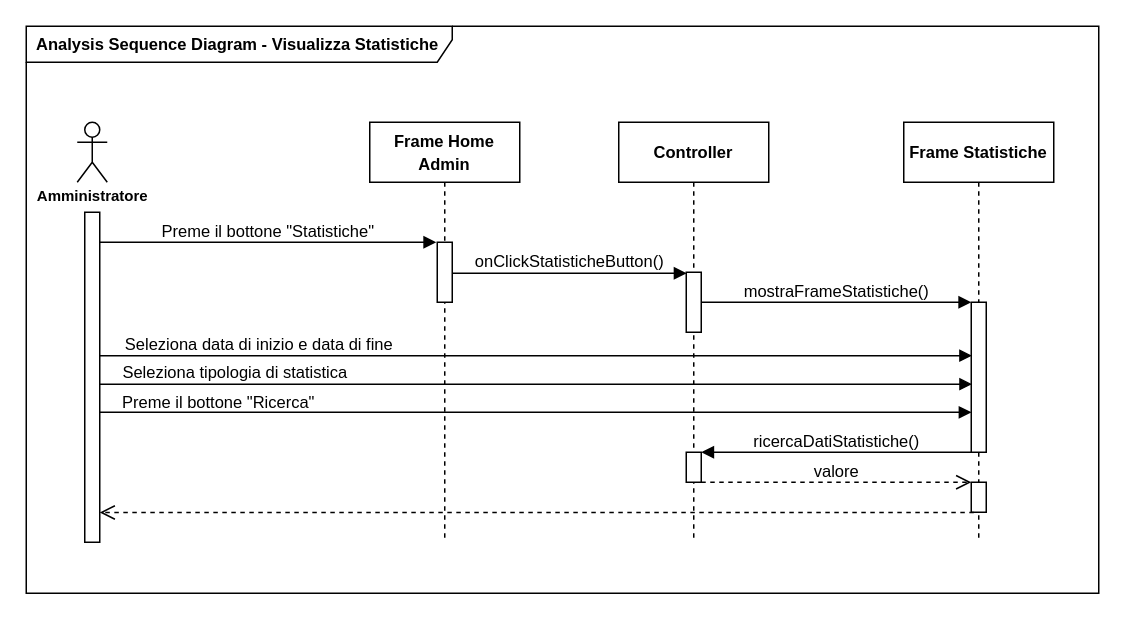
vittorioruggiero/Progetto-IngSw keeps this draw.io diagram as Documentazione/Sequence Diagram/Analisi/drawio/Sequence Diagram - Visualizza Statistiche.drawio. Above is the earlier version. Source tidied: cells renumbered, new cells numbered last; positions are measured from the earlier drawing's top-left corner, leaving out a move shared by most shapes. Both pictures are drawn from the tidied source at 150%, with x=0, y=0 at pixel (26, 26).
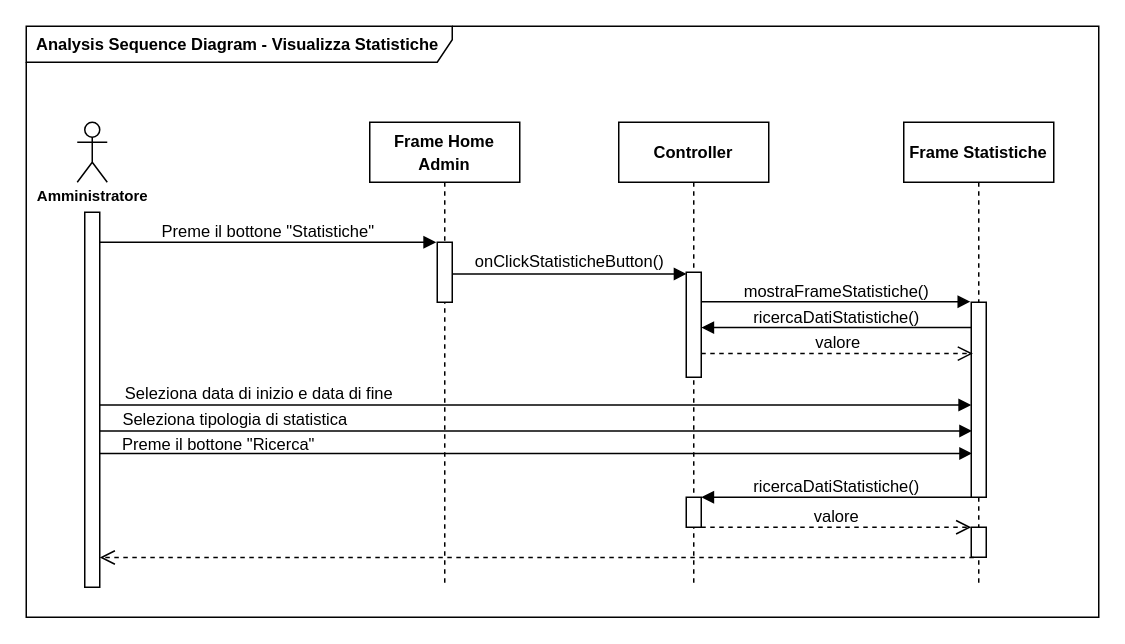
After the change.

Commit message (it also covers changes not shown here):
sequence diagram modificato

Diff of the diagram source:
```diff
@@
     <mxCell id="2" value="&lt;b&gt;&lt;font style=&quot;font-size: 11px;&quot;&gt;Analysis Sequence Diagram - Visualizza Statistiche&lt;/font&gt;&lt;/b&gt;" style="shape=umlFrame;whiteSpace=wrap;html=1;width=284;height=24;boundedLbl=1;verticalAlign=middle;align=left;spacingLeft=5;" parent="1" vertex="1">
-      <mxGeometry width="715" height="378" as="geometry" />
+      <mxGeometry width="715" height="394" as="geometry" />
     </mxCell>
@@
     <mxCell id="4" value="&lt;b&gt;&lt;font style=&quot;font-size: 11px;&quot;&gt;Frame Statistiche&lt;/font&gt;&lt;/b&gt;" style="shape=umlLifeline;perimeter=lifelinePerimeter;whiteSpace=wrap;html=1;" parent="1" vertex="1">
-      <mxGeometry x="585" y="64" width="100" height="280" as="geometry" />
+      <mxGeometry x="585" y="64" width="100" height="310" as="geometry" />
     </mxCell>
     <mxCell id="5" style="html=1;points=[];perimeter=orthogonalPerimeter;" parent="4" vertex="1">
-      <mxGeometry x="45" y="120" width="10" height="100" as="geometry" />
+      <mxGeometry x="45" y="120" width="10" height="130" as="geometry" />
     </mxCell>
     <mxCell id="6" style="html=1;points=[];perimeter=orthogonalPerimeter;" parent="4" vertex="1">
-      <mxGeometry x="45" y="240" width="10" height="20" as="geometry" />
+      <mxGeometry x="45" y="270" width="10" height="20" as="geometry" />
     </mxCell>
     <mxCell id="7" value="&lt;b&gt;&lt;font style=&quot;font-size: 11px;&quot;&gt;Controller&lt;/font&gt;&lt;/b&gt;" style="shape=umlLifeline;perimeter=lifelinePerimeter;whiteSpace=wrap;html=1;" parent="1" vertex="1">
-      <mxGeometry x="395" y="64" width="100" height="280" as="geometry" />
+      <mxGeometry x="395" y="64" width="100" height="310" as="geometry" />
     </mxCell>
     <mxCell id="8" style="html=1;points=[];perimeter=orthogonalPerimeter;" parent="7" vertex="1">
-      <mxGeometry x="45" y="100" width="10" height="40" as="geometry" />
+      <mxGeometry x="45" y="100" width="10" height="70" as="geometry" />
     </mxCell>
     <mxCell id="9" style="html=1;points=[];perimeter=orthogonalPerimeter;" parent="7" vertex="1">
-      <mxGeometry x="45" y="220" width="10" height="20" as="geometry" />
+      <mxGeometry x="45" y="250" width="10" height="20" as="geometry" />
     </mxCell>
     <mxCell id="10" value="&lt;font style=&quot;font-size: 11px;&quot;&gt;Frame Home Admin&lt;/font&gt;" style="shape=umlLifeline;perimeter=lifelinePerimeter;whiteSpace=wrap;html=1;fontStyle=1;" parent="1" vertex="1">
-      <mxGeometry x="229" y="64" width="100" height="280" as="geometry" />
+      <mxGeometry x="229" y="64" width="100" height="310" as="geometry" />
     </mxCell>
@@
-    <mxCell id="13" value="mostraFrameStatistiche()" style="html=1;verticalAlign=bottom;endArrow=block;rounded=0;labelBackgroundColor=none;spacingBottom=-2;" parent="1" edge="1" source="8" target="5">
+    <mxCell id="13" value="mostraFrameStatistiche()" style="html=1;verticalAlign=bottom;endArrow=block;rounded=0;labelBackgroundColor=none;spacingBottom=-2;entryX=-0.057;entryY=-0.003;entryDx=0;entryDy=0;entryPerimeter=0;" parent="1" edge="1" source="8" target="5">
       <mxGeometry relative="1" as="geometry" />
     </mxCell>
-    <mxCell id="14" value="Seleziona data di inizio e data di fine" style="html=1;verticalAlign=bottom;endArrow=block;rounded=0;spacingLeft=7;labelBackgroundColor=none;entryX=0.057;entryY=0.356;entryDx=0;entryDy=0;entryPerimeter=0;" parent="1" edge="1" source="20" target="5">
-      <mxGeometry x="-0.65" y="-1" relative="1" as="geometry" />
+    <mxCell id="14" value="Seleziona data di inizio e data di fine" style="html=1;verticalAlign=bottom;endArrow=block;rounded=0;spacingLeft=7;labelBackgroundColor=none;entryX=0;entryY=0.573;entryDx=0;entryDy=0;entryPerimeter=0;" parent="1" edge="1">
+      <mxGeometry x="-0.65" y="-1" relative="1" as="geometry">
+        <mxPoint x="49" y="252.5" as="sourcePoint" />
+        <mxPoint x="630" y="252.5" as="targetPoint" />
+      </mxGeometry>
     </mxCell>
-    <mxCell id="15" value="Seleziona tipologia di statistica" style="html=1;verticalAlign=bottom;endArrow=block;rounded=0;labelBackgroundColor=none;spacingBottom=-1;spacingLeft=0;entryX=0.06;entryY=0.546;entryDx=0;entryDy=0;entryPerimeter=0;" parent="1" edge="1" source="20" target="5">
-      <mxGeometry x="-0.69" relative="1" as="geometry" />
+    <mxCell id="15" value="Seleziona tipologia di statistica" style="html=1;verticalAlign=bottom;endArrow=block;rounded=0;labelBackgroundColor=none;spacingBottom=-1;spacingLeft=0;entryX=0.057;entryY=0.691;entryDx=0;entryDy=0;entryPerimeter=0;" parent="1" edge="1">
+      <mxGeometry x="-0.69" relative="1" as="geometry">
+        <mxPoint x="49" y="269.8" as="sourcePoint" />
+        <mxPoint x="630.6" y="269.8" as="targetPoint" />
+      </mxGeometry>
     </mxCell>
-    <mxCell id="16" value="Preme il bottone &quot;Ricerca&quot;" style="html=1;verticalAlign=bottom;endArrow=block;rounded=0;spacingLeft=-22;labelBackgroundColor=none;entryX=0.02;entryY=0.734;entryDx=0;entryDy=0;entryPerimeter=0;spacingBottom=-2;" parent="1" edge="1" source="20" target="5">
-      <mxGeometry x="-0.69" y="-1" relative="1" as="geometry" />
+    <mxCell id="16" value="Preme il bottone &quot;Ricerca&quot;" style="html=1;verticalAlign=bottom;endArrow=block;rounded=0;spacingLeft=-22;labelBackgroundColor=none;entryX=0.057;entryY=0.814;entryDx=0;entryDy=0;entryPerimeter=0;spacingBottom=-2;" parent="1" edge="1">
+      <mxGeometry x="-0.69" y="-1" relative="1" as="geometry">
+        <mxPoint x="49" y="284.8" as="sourcePoint" />
+        <mxPoint x="630.6" y="284.8" as="targetPoint" />
+      </mxGeometry>
     </mxCell>
@@
     <mxCell id="20" style="html=1;points=[];perimeter=orthogonalPerimeter;fontSize=10;fillColor=none;" parent="1" vertex="1">
-      <mxGeometry x="39" y="124" width="10" height="220" as="geometry" />
+      <mxGeometry x="39" y="124" width="10" height="250" as="geometry" />
     </mxCell>
@@
+    <mxCell id="22" value="ricercaDatiStatistiche()" style="html=1;verticalAlign=bottom;endArrow=block;rounded=0;labelBackgroundColor=none;spacingBottom=-2;exitX=0;exitY=0.107;exitDx=0;exitDy=0;exitPerimeter=0;" parent="1" edge="1">
+      <mxGeometry relative="1" as="geometry">
+        <mxPoint x="630" y="200.9" as="sourcePoint" />
+        <mxPoint x="450" y="200.9" as="targetPoint" />
+      </mxGeometry>
+    </mxCell>
+    <mxCell id="23" value="valore" style="html=1;verticalAlign=bottom;endArrow=open;dashed=1;endSize=8;rounded=0;labelBackgroundColor=none;spacingBottom=-2;entryX=0.114;entryY=0.225;entryDx=0;entryDy=0;entryPerimeter=0;" parent="1" edge="1">
+      <mxGeometry relative="1" as="geometry">
+        <mxPoint x="450" y="218.2" as="sourcePoint" />
+        <mxPoint x="631.1" y="218.2" as="targetPoint" />
+      </mxGeometry>
+    </mxCell>
```
